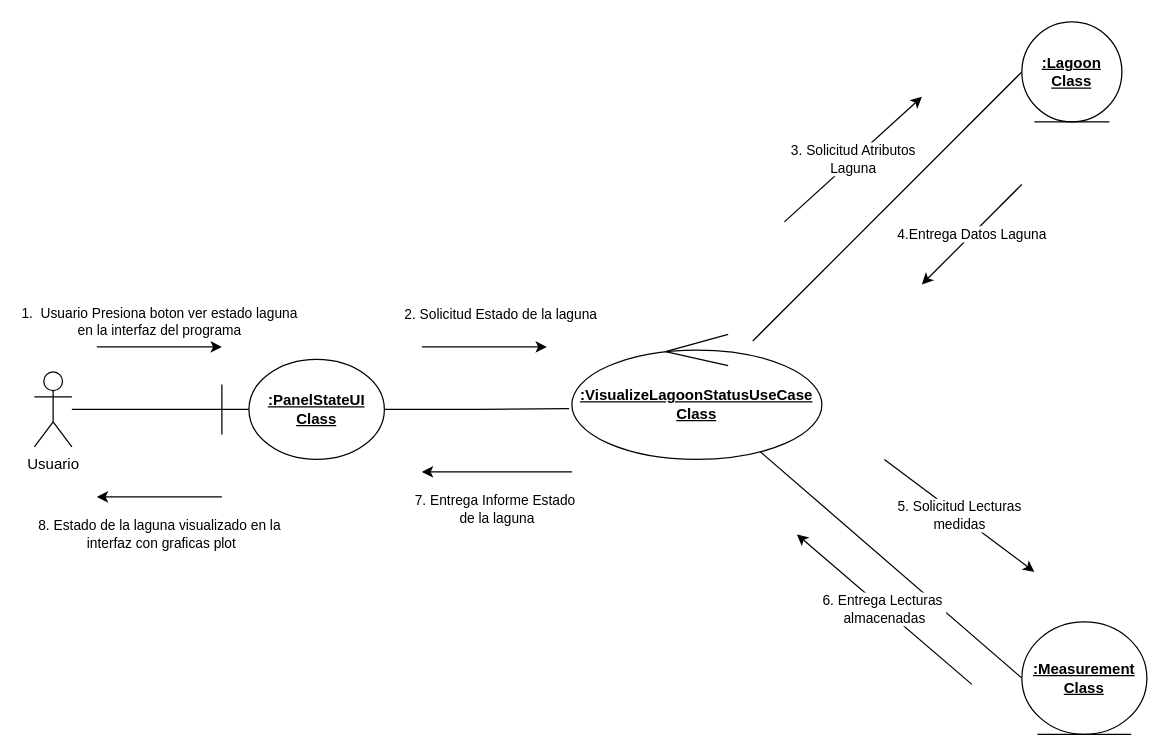
This is docs/Diagramas/Draw Files/VisualizarEstadoDeLagunaUC/Diagrama de Colaboracion.drawio from cataaap24/LaVenturosa, a draw.io file, before an edit. Source tidied: cells renumbered, new cells numbered last; positions are measured from the earlier drawing's top-left corner, leaving out a move shared by most shapes. Both pictures are drawn from the tidied source at 125%, with x=0, y=0 at pixel (34, 21).
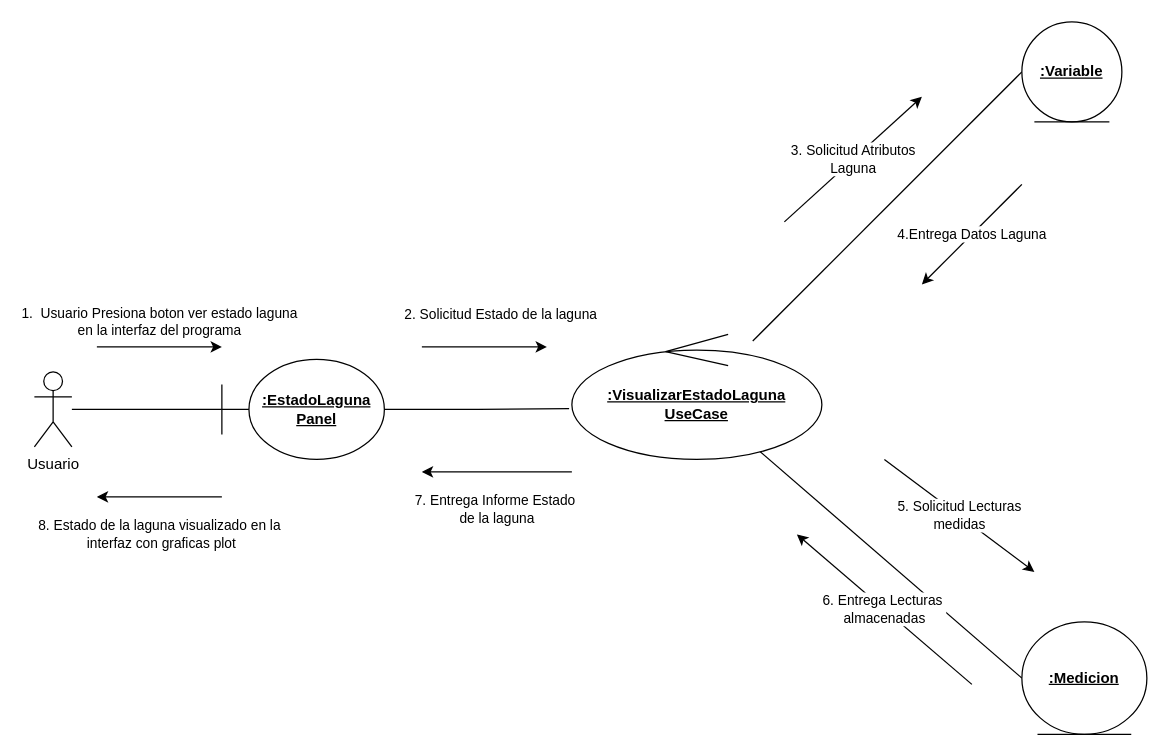
The same page after the edit.

Commit message (it also covers changes not shown here):
Localize VisualizarEstadoDeLaguna diagrams

The edit, as a diff of the source:
```diff
@@
-    <mxCell id="4" value="&lt;u&gt;&lt;b&gt;:PanelStateUI&lt;/b&gt;&lt;/u&gt;&lt;div&gt;&lt;u&gt;&lt;b&gt;Class&lt;/b&gt;&lt;/u&gt;&lt;/div&gt;" style="shape=umlBoundary;whiteSpace=wrap;html=1;" parent="1" vertex="1">
+    <mxCell id="4" value="&lt;u&gt;&lt;b&gt;:EstadoLaguna&lt;/b&gt;&lt;/u&gt;&lt;div&gt;&lt;u&gt;&lt;b&gt;Panel&lt;br&gt;&lt;/b&gt;&lt;/u&gt;&lt;/div&gt;" style="shape=umlBoundary;whiteSpace=wrap;html=1;" parent="1" vertex="1">
       <mxGeometry x="150" y="270" width="130" height="80" as="geometry" />
     </mxCell>
@@
-    <mxCell id="7" value="&lt;u&gt;&lt;b&gt;:VisualizeLagoonStatusUseCase&lt;/b&gt;&lt;/u&gt;&lt;div&gt;&lt;u&gt;&lt;b&gt;Class&lt;/b&gt;&lt;/u&gt;&lt;/div&gt;" style="ellipse;shape=umlControl;whiteSpace=wrap;html=1;" parent="1" vertex="1">
+    <mxCell id="7" value="&lt;div&gt;&lt;u&gt;&lt;b&gt;&lt;br&gt;&lt;/b&gt;&lt;/u&gt;&lt;/div&gt;&lt;u&gt;&lt;b&gt;:VisualizarEstadoLaguna&lt;/b&gt;&lt;/u&gt;&lt;div&gt;&lt;u&gt;&lt;b&gt;UseCase&lt;/b&gt;&lt;/u&gt;&lt;div&gt;&lt;br&gt;&lt;/div&gt;&lt;/div&gt;" style="ellipse;shape=umlControl;whiteSpace=wrap;html=1;" parent="1" vertex="1">
       <mxGeometry x="430" y="250" width="200" height="100" as="geometry" />
     </mxCell>
-    <mxCell id="8" value="&lt;u&gt;&lt;b&gt;:Lagoon&lt;/b&gt;&lt;/u&gt;&lt;div&gt;&lt;u&gt;&lt;b&gt;Class&lt;/b&gt;&lt;/u&gt;&lt;/div&gt;" style="ellipse;shape=umlEntity;whiteSpace=wrap;html=1;" parent="1" vertex="1">
+    <mxCell id="8" value="&lt;u&gt;&lt;b&gt;:Variable&lt;/b&gt;&lt;/u&gt;" style="ellipse;shape=umlEntity;whiteSpace=wrap;html=1;" parent="1" vertex="1">
       <mxGeometry x="790" width="80" height="80" as="geometry" />
     </mxCell>
-    <mxCell id="9" value="&lt;b&gt;&lt;u&gt;:Measurement&lt;/u&gt;&lt;/b&gt;&lt;div&gt;&lt;b&gt;&lt;u&gt;Class&lt;/u&gt;&lt;/b&gt;&lt;/div&gt;" style="ellipse;shape=umlEntity;whiteSpace=wrap;html=1;" parent="1" vertex="1">
+    <mxCell id="9" value="&lt;b&gt;&lt;u&gt;:Medicion&lt;br&gt;&lt;/u&gt;&lt;/b&gt;" style="ellipse;shape=umlEntity;whiteSpace=wrap;html=1;" parent="1" vertex="1">
       <mxGeometry x="790" y="480" width="100" height="90" as="geometry" />
     </mxCell>
```
